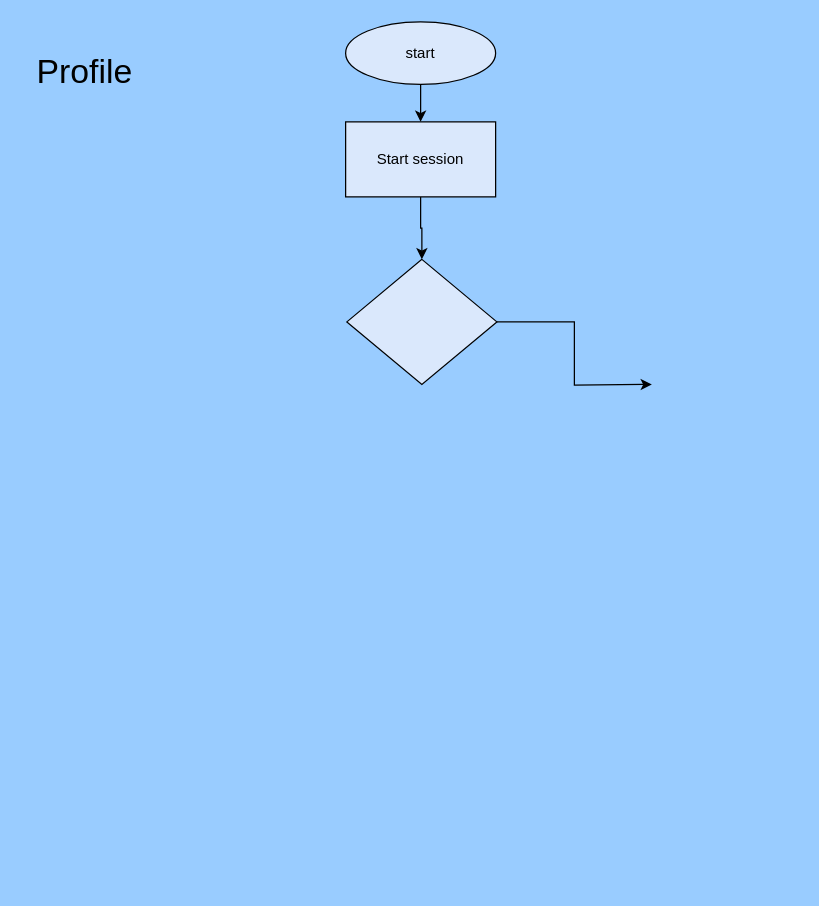
Before: page "Profile" (3 of 3) of Assignments/To Do list/website_design_flowchart.drawio in alexbaxter07/college, a draw.io diagram. Source tidied: cells renumbered, new cells numbered last; positions are measured from the earlier drawing's top-left corner, leaving out a move shared by most shapes. Both pictures are drawn from the tidied source at 125%, with x=0, y=0 at pixel (21, 21).
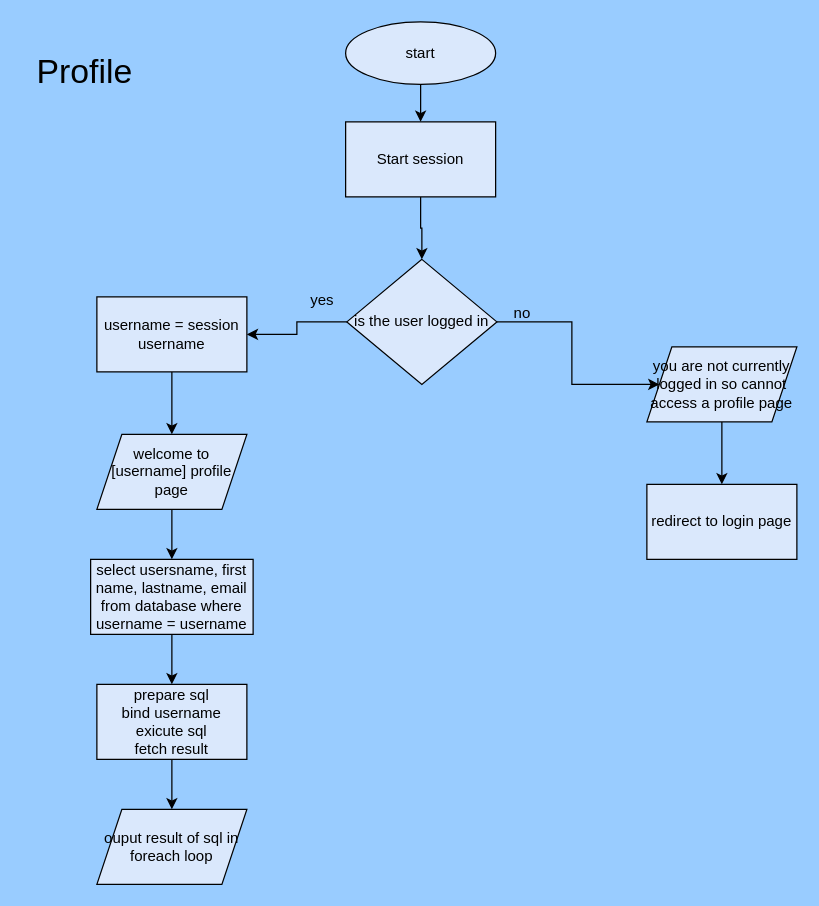
After the change.

Change to the diagram source:
```diff
@@
+    <mxCell id="9" style="edgeStyle=orthogonalEdgeStyle;rounded=0;jettySize=auto;html=1;" parent="1" edge="1" source="7" target="14">
+      <mxGeometry relative="1" as="geometry" />
+    </mxCell>
-    <mxCell id="7" style="rhombus;whiteSpace=wrap;html=1;fillColor=#dae8fc;strokeColor=#000000;" parent="1" vertex="1">
+    <mxCell id="7" value="is the user logged in" style="rhombus;whiteSpace=wrap;html=1;fillColor=#dae8fc;strokeColor=#000000;" parent="1" vertex="1">
       <mxGeometry x="260" y="190" width="120" height="100" as="geometry" />
     </mxCell>
-    <mxCell id="8" style="edgeStyle=orthogonalEdgeStyle;rounded=0;jettySize=auto;html=1;exitX=1;exitY=0.5;exitDx=0;exitDy=0;entryX=0.617;entryY=0;entryDx=0;entryDy=0;entryPerimeter=0;fillColor=#dae8fc;strokeColor=#000000;" parent="1" edge="1" source="7">
-      <mxGeometry relative="1" as="geometry">
-        <mxPoint x="504" y="290" as="targetPoint" />
-      </mxGeometry>
+    <mxCell id="8" style="edgeStyle=orthogonalEdgeStyle;rounded=0;jettySize=auto;html=1;exitX=1;exitY=0.5;exitDx=0;exitDy=0;entryX=0;entryY=0.5;entryDx=0;entryDy=0;fillColor=#dae8fc;strokeColor=#000000;" parent="1" edge="1" source="7" target="12">
+      <mxGeometry relative="1" as="geometry" />
     </mxCell>
+    <mxCell id="10" value="redirect to login page" style="rounded=0;whiteSpace=wrap;html=1;fillColor=#dae8fc;strokeColor=#000000;" parent="1" vertex="1">
+      <mxGeometry x="500" y="370" width="120" height="60" as="geometry" />
+    </mxCell>
+    <mxCell id="11" style="edgeStyle=orthogonalEdgeStyle;rounded=0;jettySize=auto;html=1;" parent="1" edge="1" source="12" target="10">
+      <mxGeometry relative="1" as="geometry" />
+    </mxCell>
+    <mxCell id="12" value="you are not currently logged in so cannot access a profile page" style="shape=parallelogram;perimeter=parallelogramPerimeter;whiteSpace=wrap;html=1;fixedSize=1;fillColor=#dae8fc;strokeColor=#000000;" parent="1" vertex="1">
+      <mxGeometry x="500" y="260" width="120" height="60" as="geometry" />
+    </mxCell>
+    <mxCell id="13" style="edgeStyle=orthogonalEdgeStyle;rounded=0;jettySize=auto;html=1;" parent="1" edge="1" source="14" target="16">
+      <mxGeometry relative="1" as="geometry" />
+    </mxCell>
+    <mxCell id="14" value="username = session username" style="rounded=0;whiteSpace=wrap;html=1;fillColor=#dae8fc;strokeColor=#000000;" parent="1" vertex="1">
+      <mxGeometry x="60" y="220" width="120" height="60" as="geometry" />
+    </mxCell>
+    <mxCell id="15" style="edgeStyle=orthogonalEdgeStyle;rounded=0;jettySize=auto;html=1;" parent="1" edge="1" source="16" target="18">
+      <mxGeometry relative="1" as="geometry" />
+    </mxCell>
+    <mxCell id="16" value="welcome to [username] profile page" style="shape=parallelogram;perimeter=parallelogramPerimeter;whiteSpace=wrap;html=1;fixedSize=1;fillColor=#dae8fc;strokeColor=#000000;" parent="1" vertex="1">
+      <mxGeometry x="60" y="330" width="120" height="60" as="geometry" />
+    </mxCell>
+    <mxCell id="17" style="edgeStyle=orthogonalEdgeStyle;rounded=0;jettySize=auto;html=1;" parent="1" edge="1" source="18" target="20">
+      <mxGeometry relative="1" as="geometry" />
+    </mxCell>
+    <mxCell id="18" value="select usersname, first name, lastname, email from database where username = username" style="rounded=0;whiteSpace=wrap;html=1;fillColor=#dae8fc;strokeColor=#000000;" parent="1" vertex="1">
+      <mxGeometry x="55" y="430" width="130" height="60" as="geometry" />
+    </mxCell>
+    <mxCell id="19" style="edgeStyle=orthogonalEdgeStyle;rounded=0;jettySize=auto;html=1;" parent="1" edge="1" source="20" target="23">
+      <mxGeometry relative="1" as="geometry" />
+    </mxCell>
+    <mxCell id="20" value="prepare sql&lt;div&gt;bind username&lt;/div&gt;&lt;div&gt;exicute sql&lt;/div&gt;&lt;div&gt;fetch result&lt;/div&gt;" style="rounded=0;whiteSpace=wrap;html=1;fillColor=#dae8fc;strokeColor=#000000;" parent="1" vertex="1">
+      <mxGeometry x="60" y="530" width="120" height="60" as="geometry" />
+    </mxCell>
+    <mxCell id="21" value="no" style="text;html=1;align=center;verticalAlign=middle;strokeColor=none;fillColor=none;" parent="1" vertex="1">
+      <mxGeometry x="380" y="218" width="40" height="30" as="geometry" />
+    </mxCell>
+    <mxCell id="22" value="yes" style="text;html=1;align=center;verticalAlign=middle;strokeColor=none;fillColor=none;" parent="1" vertex="1">
+      <mxGeometry x="220" y="208" width="40" height="30" as="geometry" />
+    </mxCell>
+    <mxCell id="23" value="ouput result of sql in foreach loop" style="shape=parallelogram;perimeter=parallelogramPerimeter;whiteSpace=wrap;html=1;fixedSize=1;fillColor=#dae8fc;strokeColor=#000000;" parent="1" vertex="1">
+      <mxGeometry x="60" y="630" width="120" height="60" as="geometry" />
+    </mxCell>
```
